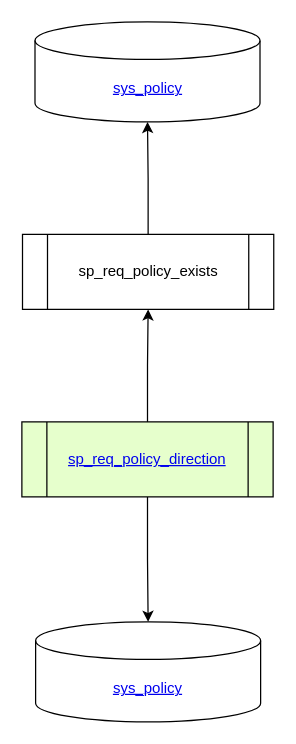
This is sp_req_policy_direction.drawio from Leo-Nam/chium_draw, a draw.io file, before an edit. Source tidied: cells renumbered, new cells numbered last; positions are measured from the earlier drawing's top-left corner, leaving out a move shared by most shapes. Both pictures are drawn from the tidied source at 125%, with x=0, y=0 at pixel (21, 21).
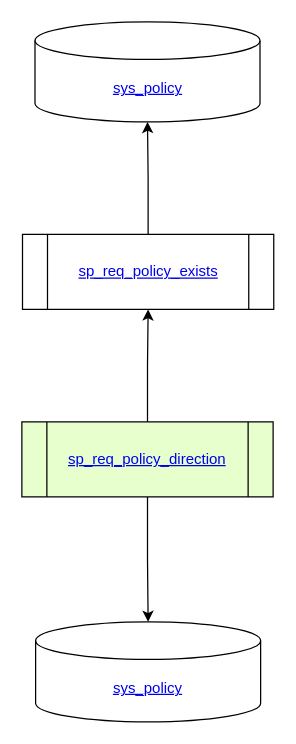
The same diagram, later.

Change to the diagram source:
```diff
@@
 <mxGraphModel>
   <root>
     <mxCell id="0" />
     <mxCell id="1" parent="0" />
     <mxCell id="2" style="edgeStyle=orthogonalEdgeStyle;rounded=0;jettySize=auto;html=1;" parent="1" edge="1" source="4" target="6">
       <mxGeometry relative="1" as="geometry" />
     </mxCell>
     <mxCell id="3" style="edgeStyle=orthogonalEdgeStyle;rounded=0;jettySize=auto;html=1;" parent="1" edge="1" source="4" target="7">
       <mxGeometry relative="1" as="geometry" />
     </mxCell>
     <mxCell id="4" value="&lt;a href=&quot;https://www.notion.so/sp_req_policy_direction-cf09b6dc9a174e649cf067e1024508e6&quot;&gt;sp_req_policy_direction&lt;/a&gt;" style="shape=process;whiteSpace=wrap;html=1;backgroundOutline=1;rounded=0;fillColor=#E6FFCC;" parent="1" vertex="1">
       <mxGeometry y="320" width="201" height="60" as="geometry" />
     </mxCell>
     <mxCell id="5" style="edgeStyle=orthogonalEdgeStyle;rounded=0;jettySize=auto;html=1;" parent="1" edge="1" source="6" target="8">
       <mxGeometry relative="1" as="geometry" />
     </mxCell>
-    <mxCell id="6" value="sp_req_policy_exists" style="shape=process;whiteSpace=wrap;html=1;backgroundOutline=1;rounded=0;" parent="1" vertex="1">
+    <mxCell id="6" value="&lt;a href=&quot;https://github.com/Leo-Nam/chium_draw/blob/master/sp_req_policy_exists.drawio&quot;&gt;sp_req_policy_exists&lt;/a&gt;" style="shape=process;whiteSpace=wrap;html=1;backgroundOutline=1;rounded=0;" parent="1" vertex="1">
       <mxGeometry x="0.5" y="170" width="201" height="60" as="geometry" />
     </mxCell>
     <mxCell id="7" value="&lt;a href=&quot;https://www.notion.so/sys_policy-99dee461e3f548ba852944964da8f696&quot;&gt;sys_policy&lt;/a&gt;" style="shape=cylinder3;whiteSpace=wrap;html=1;boundedLbl=1;backgroundOutline=1;size=15;" parent="1" vertex="1">
       <mxGeometry x="11" y="480" width="180" height="80" as="geometry" />
     </mxCell>
     <mxCell id="8" value="&lt;a href=&quot;https://www.notion.so/sys_policy-99dee461e3f548ba852944964da8f696&quot;&gt;sys_policy&lt;/a&gt;" style="shape=cylinder3;whiteSpace=wrap;html=1;boundedLbl=1;backgroundOutline=1;size=15;" parent="1" vertex="1">
       <mxGeometry x="10.5" width="180" height="80" as="geometry" />
     </mxCell>
   </root>
 </mxGraphModel>
```
